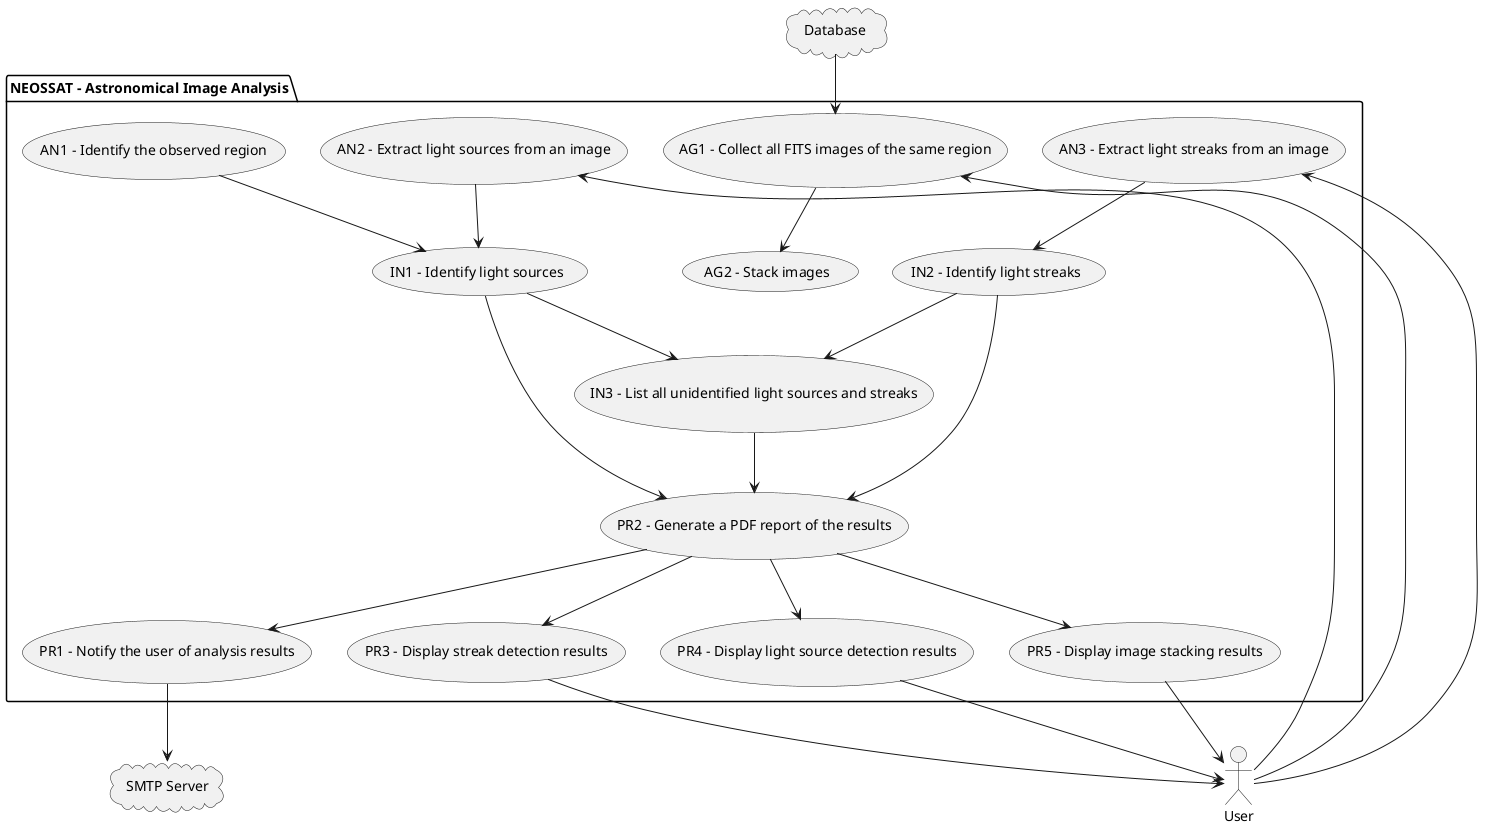
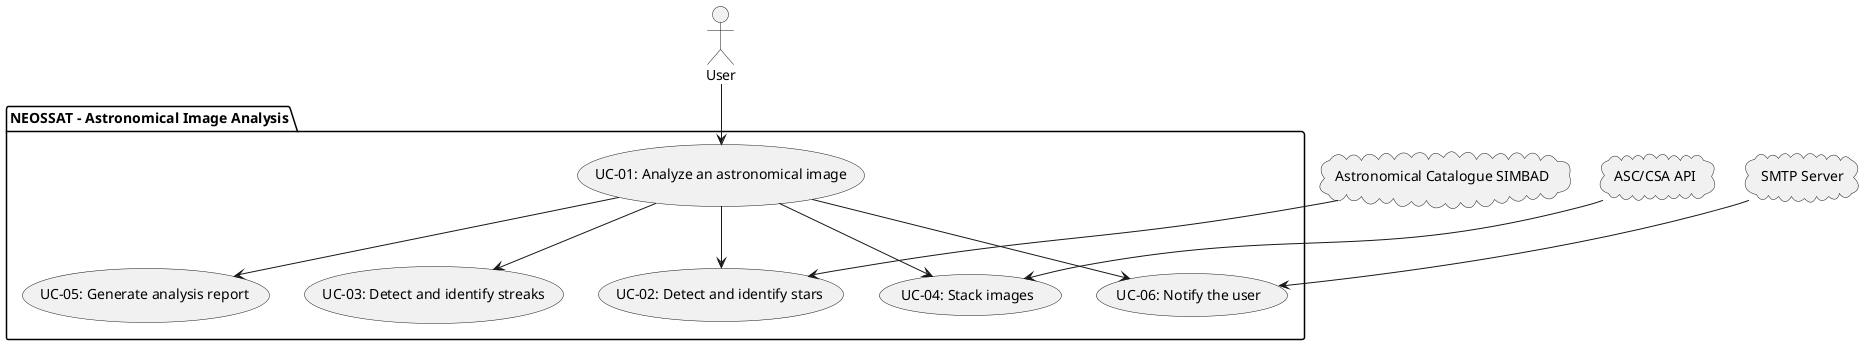
@startuml use-case-en
+ top to bottom direction

actor User

- cloud "Database" as DB
+ cloud "Astronomical Catalogue SIMBAD" as SIMBAD
+ cloud "ASC/CSA API" as SAT
cloud "SMTP Server" as SMTP

package "NEOSSAT - Astronomical Image Analysis" {

-     usecase "AG1 - Collect all FITS images of the same region" as AG1
-     usecase "AG2 - Stack images" as AG2
- 
-     usecase "AN1 - Identify the observed region" as AN1
-     usecase "AN2 - Extract light sources from an image" as AN2
-     usecase "AN3 - Extract light streaks from an image" as AN3
- 
-     usecase "IN1 - Identify light sources" as IN1
-     usecase "IN2 - Identify light streaks" as IN2
-     usecase "IN3 - List all unidentified light sources and streaks" as IN3
- 
-     usecase "PR1 - Notify the user of analysis results" as PR1
-     usecase "PR2 - Generate a PDF report of the results" as PR2
-     usecase "PR3 - Display streak detection results" as PR3
-     usecase "PR4 - Display light source detection results" as PR4
-     usecase "PR5 - Display image stacking results" as PR5
+     usecase "UC-01: Analyze an astronomical image" as UC01
+     usecase "UC-02: Detect and identify stars" as UC02
+     usecase "UC-03: Detect and identify streaks" as UC03
+     usecase "UC-04: Stack images" as UC04
+     usecase "UC-05: Generate analysis report" as UC05
+     usecase "UC-06: Notify the user" as UC06

}

- User --> AG1
- User --> AN2
- User --> AN3
+ User --> UC01

- DB --> AG1
- AG1 --> AG2
+ UC01 --> UC02
+ UC01 --> UC03
+ UC01 --> UC05
+ UC01 --> UC06

- AN1 --> IN1
- AN2 --> IN1
- IN1 --> PR2
- AN3 --> IN2
- IN2 --> PR2
- IN1 --> IN3
- IN2 --> IN3
- IN3 --> PR2
+ UC01 --> UC04

- PR2 --> PR1
- PR1 --> SMTP
- PR2 --> PR3
- PR3 --> User
- PR2 --> PR4
- PR4 --> User
- PR2 --> PR5
- PR5 --> User
+ SIMBAD --> UC02
+ SAT --> UC04
+ SMTP --> UC06

@enduml